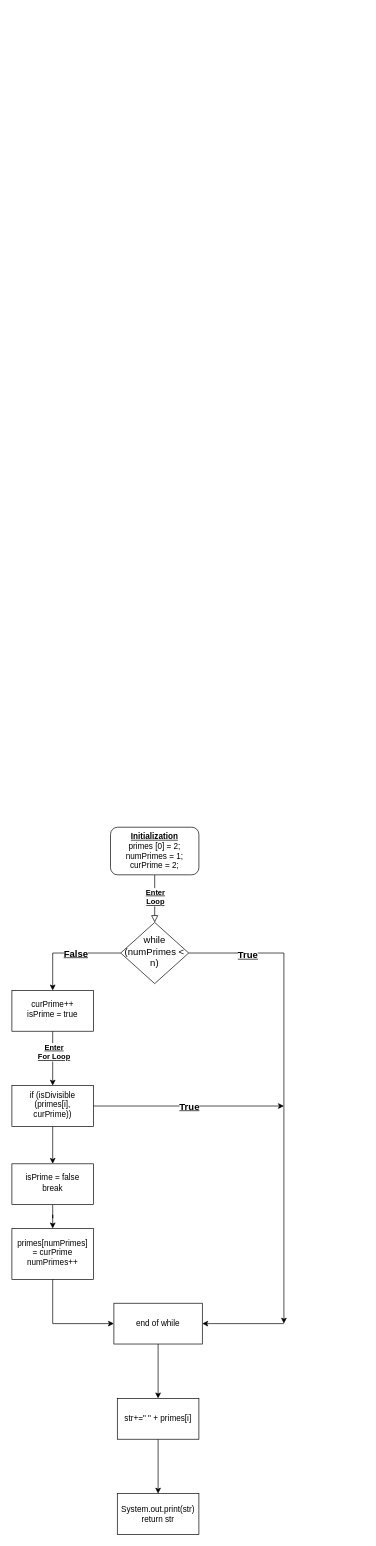
This is printPrimes.drawio from taelew2/taelew2, a draw.io file, before an edit. Source tidied: cells renumbered, new cells numbered last; positions are measured from the earlier drawing's top-left corner, leaving out a move shared by most shapes. Both pictures are drawn from the tidied source at 68%, with x=0, y=0 at pixel (12, 827).
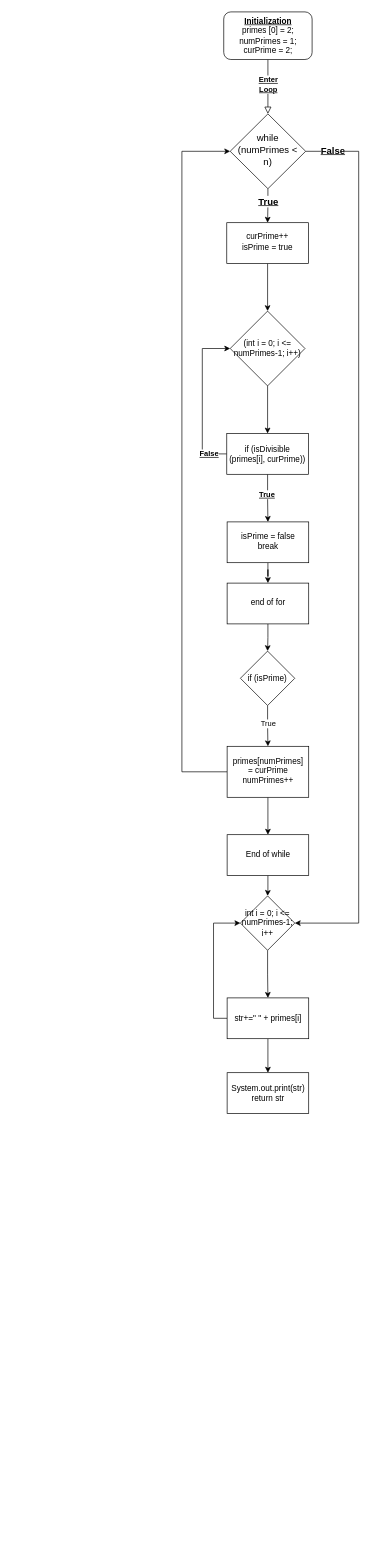
Above is the later version.

The edit, as a diff of the source:
```diff
@@
     <mxCell id="4" value="&lt;u&gt;&lt;b&gt;Initialization&lt;/b&gt;&lt;/u&gt;&lt;br&gt;primes [0] = 2;&lt;br&gt;numPrimes = 1;&lt;br&gt;curPrime  = 2;" style="rounded=1;whiteSpace=wrap;html=1;fontSize=12;glass=0;strokeWidth=1;shadow=0;" parent="1" vertex="1">
-      <mxGeometry x="145" width="130" height="70" as="geometry" />
+      <mxGeometry x="311.5" y="-1199" width="130" height="70" as="geometry" />
     </mxCell>
-    <mxCell id="5" style="edgeStyle=orthogonalEdgeStyle;rounded=0;jettySize=auto;html=1;" parent="1" edge="1" source="9" target="12">
+    <mxCell id="5" style="edgeStyle=orthogonalEdgeStyle;rounded=0;jettySize=auto;html=1;entryX=0.5;entryY=0;entryDx=0;entryDy=0;" parent="1" edge="1" source="9" target="12">
       <mxGeometry relative="1" as="geometry" />
     </mxCell>
+    <mxCell id="27" value="&lt;b&gt;&lt;u&gt;&lt;font style=&quot;font-size: 14px;&quot;&gt;True&lt;/font&gt;&lt;/u&gt;&lt;/b&gt;" style="edgeLabel;html=1;align=center;verticalAlign=middle;" parent="5" vertex="1">
+      <mxGeometry x="-0.29" relative="1" as="geometry" />
+    </mxCell>
+    <mxCell id="28" style="edgeStyle=orthogonalEdgeStyle;rounded=0;jettySize=auto;html=1;exitX=1;exitY=0.5;exitDx=0;exitDy=0;entryX=1;entryY=0.5;entryDx=0;entryDy=0;" parent="1" edge="1" source="9" target="45">
+      <mxGeometry relative="1" as="geometry">
+        <Array as="points">
+          <mxPoint x="510" y="-994" />
+          <mxPoint x="510" y="141" />
+        </Array>
+      </mxGeometry>
+    </mxCell>
-    <mxCell id="6" value="&lt;b&gt;&lt;u&gt;&lt;font style=&quot;font-size: 14px;&quot;&gt;False&lt;/font&gt;&lt;/u&gt;&lt;/b&gt;" style="edgeLabel;html=1;align=center;verticalAlign=middle;" parent="5" vertex="1">
-      <mxGeometry x="-0.14" relative="1" as="geometry" />
+    <mxCell id="6" value="&lt;b&gt;&lt;u&gt;&lt;font style=&quot;font-size: 14px;&quot;&gt;False&lt;/font&gt;&lt;/u&gt;&lt;/b&gt;" style="edgeLabel;html=1;align=center;verticalAlign=middle;" parent="28" vertex="1">
+      <mxGeometry x="-0.94" y="2" relative="1" as="geometry" />
     </mxCell>
-    <mxCell id="7" style="edgeStyle=orthogonalEdgeStyle;rounded=0;jettySize=auto;html=1;" parent="1" edge="1" source="9">
-      <mxGeometry relative="1" as="geometry">
-        <mxPoint x="400" y="730" as="targetPoint" />
-        <Array as="points">
-          <mxPoint x="400" y="185" />
-        </Array>
-      </mxGeometry>
-    </mxCell>
-    <mxCell id="8" value="&lt;u&gt;&lt;b&gt;&lt;font style=&quot;font-size: 14px;&quot;&gt;True&lt;/font&gt;&lt;/b&gt;&lt;/u&gt;" style="edgeLabel;html=1;align=center;verticalAlign=middle;" parent="7" vertex="1">
-      <mxGeometry x="-0.75" y="-2" relative="1" as="geometry" />
-    </mxCell>
     <mxCell id="9" value="&lt;font style=&quot;font-size: 14px;&quot;&gt;while (numPrimes &amp;lt; n)&lt;/font&gt;" style="rhombus;whiteSpace=wrap;html=1;shadow=0;fontFamily=Helvetica;fontSize=12;align=center;strokeWidth=1;spacing=6;spacingTop=-4;" parent="1" vertex="1">
-      <mxGeometry x="160" y="140" width="100" height="90" as="geometry" />
+      <mxGeometry x="321" y="-1049" width="111" height="110" as="geometry" />
     </mxCell>
-    <mxCell id="10" style="edgeStyle=orthogonalEdgeStyle;rounded=0;jettySize=auto;html=1;" parent="1" edge="1" source="12" target="14">
-      <mxGeometry relative="1" as="geometry" />
-    </mxCell>
-    <mxCell id="11" value="&lt;b&gt;&lt;u&gt;Enter&lt;/u&gt;&lt;/b&gt;&lt;div&gt;&lt;b&gt;&lt;u&gt;For Loop&lt;/u&gt;&lt;/b&gt;&lt;/div&gt;" style="edgeLabel;html=1;align=center;verticalAlign=middle;" parent="10" vertex="1">
-      <mxGeometry x="-0.25" y="1" relative="1" as="geometry" />
-    </mxCell>
+    <mxCell id="29" style="edgeStyle=orthogonalEdgeStyle;rounded=0;jettySize=auto;html=1;entryX=0.5;entryY=0;entryDx=0;entryDy=0;" parent="1" edge="1" source="12" target="35">
+      <mxGeometry relative="1" as="geometry" />
+    </mxCell>
     <mxCell id="12" value="curPrime++&lt;div&gt;isPrime = true&lt;/div&gt;" style="whiteSpace=wrap;html=1;shadow=0;strokeWidth=1;spacing=6;spacingTop=-4;" parent="1" vertex="1">
-      <mxGeometry y="240" width="120" height="60" as="geometry" />
+      <mxGeometry x="316" y="-889" width="120" height="60" as="geometry" />
     </mxCell>
-    <mxCell id="13" style="edgeStyle=orthogonalEdgeStyle;rounded=0;jettySize=auto;html=1;" parent="1" edge="1" source="14" target="16">
-      <mxGeometry relative="1" as="geometry" />
-    </mxCell>
-    <mxCell id="14" value="if (isDivisible (primes[i], curPrime))" style="whiteSpace=wrap;html=1;shadow=0;strokeWidth=1;spacing=6;spacingTop=-4;" parent="1" vertex="1">
-      <mxGeometry y="380" width="120" height="60" as="geometry" />
-    </mxCell>
-    <mxCell id="15" style="edgeStyle=orthogonalEdgeStyle;rounded=0;jettySize=auto;html=1;" parent="1" edge="1" source="16" target="19">
-      <mxGeometry relative="1" as="geometry" />
-    </mxCell>
+    <mxCell id="30" style="edgeStyle=orthogonalEdgeStyle;rounded=0;jettySize=auto;html=1;" parent="1" edge="1" source="16" target="40">
+      <mxGeometry relative="1" as="geometry" />
+    </mxCell>
     <mxCell id="16" value="isPrime = false&lt;div&gt;break&lt;/div&gt;" style="whiteSpace=wrap;html=1;shadow=0;strokeWidth=1;spacing=6;spacingTop=-4;" parent="1" vertex="1">
-      <mxGeometry y="495" width="120" height="60" as="geometry" />
+      <mxGeometry x="316.5" y="-449" width="120" height="60" as="geometry" />
     </mxCell>
-    <mxCell id="17" style="endArrow=classic;html=1;rounded=0;exitX=1;exitY=0.5;exitDx=0;exitDy=0;" parent="1" edge="1" source="14">
-      <mxGeometry relative="1" as="geometry">
-        <mxPoint x="400" y="410" as="targetPoint" />
-      </mxGeometry>
-    </mxCell>
-    <mxCell id="18" value="&lt;u&gt;&lt;b&gt;&lt;font style=&quot;font-size: 14px;&quot;&gt;True&lt;/font&gt;&lt;/b&gt;&lt;/u&gt;" style="edgeLabel;html=1;align=center;verticalAlign=middle;" parent="17" vertex="1">
-      <mxGeometry relative="1" as="geometry" />
-    </mxCell>
+    <mxCell id="31" style="edgeStyle=orthogonalEdgeStyle;rounded=0;jettySize=auto;html=1;entryX=0.5;entryY=0;entryDx=0;entryDy=0;" parent="1" edge="1" source="19" target="47">
+      <mxGeometry relative="1" as="geometry" />
+    </mxCell>
+    <mxCell id="32" style="edgeStyle=orthogonalEdgeStyle;rounded=0;jettySize=auto;html=1;entryX=0;entryY=0.5;entryDx=0;entryDy=0;exitX=0;exitY=0.5;exitDx=0;exitDy=0;" parent="1" edge="1" source="19" target="9">
+      <mxGeometry relative="1" as="geometry">
+        <Array as="points">
+          <mxPoint x="250" y="-81" />
+          <mxPoint x="250" y="-994" />
+        </Array>
+      </mxGeometry>
+    </mxCell>
     <mxCell id="19" value="primes[numPrimes] = curPrime&lt;div&gt;numPrimes++&lt;/div&gt;" style="whiteSpace=wrap;html=1;shadow=0;strokeWidth=1;spacing=6;spacingTop=-4;" parent="1" vertex="1">
-      <mxGeometry y="590" width="120" height="75" as="geometry" />
+      <mxGeometry x="316.5" y="-119" width="120" height="75" as="geometry" />
     </mxCell>
-    <mxCell id="20" style="endArrow=classic;html=1;rounded=0;exitX=0.5;exitY=1;exitDx=0;exitDy=0;" parent="1" edge="1" source="19" target="23">
-      <mxGeometry relative="1" as="geometry">
-        <Array as="points">
-          <mxPoint x="60" y="730" />
-        </Array>
-      </mxGeometry>
-    </mxCell>
-    <mxCell id="21" style="endArrow=classic;html=1;rounded=0;" parent="1" edge="1">
-      <mxGeometry relative="1" as="geometry">
-        <mxPoint x="400" y="730" as="sourcePoint" />
-        <mxPoint x="280" y="730" as="targetPoint" />
-      </mxGeometry>
-    </mxCell>
-    <mxCell id="22" style="edgeStyle=orthogonalEdgeStyle;rounded=0;jettySize=auto;html=1;" parent="1" edge="1" source="23" target="25">
-      <mxGeometry relative="1" as="geometry" />
-    </mxCell>
-    <mxCell id="23" value="end of while" style="rounded=0;whiteSpace=wrap;html=1;" parent="1" vertex="1">
-      <mxGeometry x="150" y="700" width="130" height="60" as="geometry" />
-    </mxCell>
+    <mxCell id="33" style="edgeStyle=orthogonalEdgeStyle;rounded=0;jettySize=auto;html=1;exitX=0;exitY=0.5;exitDx=0;exitDy=0;entryX=0;entryY=0.5;entryDx=0;entryDy=0;" parent="1" edge="1" source="25" target="45">
+      <mxGeometry relative="1" as="geometry" />
+    </mxCell>
-    <mxCell id="24" style="edgeStyle=orthogonalEdgeStyle;rounded=0;jettySize=auto;html=1;" parent="1" edge="1" source="25" target="26">
+    <mxCell id="24" style="edgeStyle=orthogonalEdgeStyle;rounded=0;jettySize=auto;html=1;entryX=0.5;entryY=0;entryDx=0;entryDy=0;" parent="1" edge="1" source="25" target="26">
       <mxGeometry relative="1" as="geometry" />
     </mxCell>
     <mxCell id="25" value="str+=&quot; &quot; + primes[i]" style="whiteSpace=wrap;html=1;rounded=0;" parent="1" vertex="1">
-      <mxGeometry x="155" y="840" width="120" height="60" as="geometry" />
+      <mxGeometry x="316.5" y="251" width="120" height="60" as="geometry" />
     </mxCell>
     <mxCell id="26" value="System.out.print(str)&lt;div&gt;return str&lt;/div&gt;" style="whiteSpace=wrap;html=1;rounded=0;" parent="1" vertex="1">
-      <mxGeometry x="155" y="980" width="120" height="60" as="geometry" />
+      <mxGeometry x="316.5" y="361" width="120" height="60" as="geometry" />
     </mxCell>
+    <mxCell id="34" style="edgeStyle=orthogonalEdgeStyle;rounded=0;jettySize=auto;html=1;entryX=0.5;entryY=0;entryDx=0;entryDy=0;" parent="1" edge="1" source="35" target="14">
+      <mxGeometry relative="1" as="geometry" />
+    </mxCell>
+    <mxCell id="35" value="(int i = 0; i &amp;lt;= numPrimes-1; i++)" style="rhombus;whiteSpace=wrap;html=1;" parent="1" vertex="1">
+      <mxGeometry x="321" y="-759" width="110" height="110" as="geometry" />
+    </mxCell>
+    <mxCell id="13" style="edgeStyle=orthogonalEdgeStyle;rounded=0;jettySize=auto;html=1;entryX=0.5;entryY=0;entryDx=0;entryDy=0;" parent="1" edge="1" source="14" target="16">
+      <mxGeometry relative="1" as="geometry" />
+    </mxCell>
+    <mxCell id="36" value="&lt;b&gt;&lt;u&gt;True&lt;/u&gt;&lt;/b&gt;" style="edgeLabel;html=1;align=center;verticalAlign=middle;" parent="13" vertex="1">
+      <mxGeometry x="-0.19" y="-2" relative="1" as="geometry" />
+    </mxCell>
+    <mxCell id="37" style="edgeStyle=orthogonalEdgeStyle;rounded=0;jettySize=auto;html=1;exitX=0;exitY=0.5;exitDx=0;exitDy=0;entryX=0;entryY=0.5;entryDx=0;entryDy=0;" parent="1" edge="1" source="14" target="35">
+      <mxGeometry relative="1" as="geometry">
+        <Array as="points">
+          <mxPoint x="280" y="-549" />
+          <mxPoint x="280" y="-704" />
+        </Array>
+      </mxGeometry>
+    </mxCell>
+    <mxCell id="38" value="&lt;b&gt;&lt;u&gt;False&lt;/u&gt;&lt;/b&gt;" style="edgeLabel;html=1;align=center;verticalAlign=middle;" parent="37" vertex="1">
+      <mxGeometry x="-0.77" y="-1" relative="1" as="geometry" />
+    </mxCell>
+    <mxCell id="14" value="if (isDivisible (primes[i], curPrime))" style="rounded=0;whiteSpace=wrap;html=1;" parent="1" vertex="1">
+      <mxGeometry x="316" y="-579" width="120" height="60" as="geometry" />
+    </mxCell>
+    <mxCell id="39" style="edgeStyle=orthogonalEdgeStyle;rounded=0;jettySize=auto;html=1;entryX=0.5;entryY=0;entryDx=0;entryDy=0;" parent="1" edge="1" source="40" target="43">
+      <mxGeometry relative="1" as="geometry" />
+    </mxCell>
+    <mxCell id="40" value="end of for" style="whiteSpace=wrap;html=1;shadow=0;strokeWidth=1;spacing=6;spacingTop=-4;" parent="1" vertex="1">
+      <mxGeometry x="316.5" y="-359" width="120" height="60" as="geometry" />
+    </mxCell>
+    <mxCell id="41" style="edgeStyle=orthogonalEdgeStyle;rounded=0;jettySize=auto;html=1;entryX=0.5;entryY=0;entryDx=0;entryDy=0;" parent="1" edge="1" source="43" target="19">
+      <mxGeometry relative="1" as="geometry" />
+    </mxCell>
+    <mxCell id="42" value="True" style="edgeLabel;html=1;align=center;verticalAlign=middle;" parent="41" vertex="1">
+      <mxGeometry x="-0.15" relative="1" as="geometry" />
+    </mxCell>
+    <mxCell id="43" value="if (isPrime)" style="rhombus;whiteSpace=wrap;html=1;" parent="1" vertex="1">
+      <mxGeometry x="336" y="-259" width="80" height="80" as="geometry" />
+    </mxCell>
+    <mxCell id="44" style="edgeStyle=orthogonalEdgeStyle;rounded=0;jettySize=auto;html=1;" parent="1" edge="1" source="45" target="25">
+      <mxGeometry relative="1" as="geometry" />
+    </mxCell>
+    <mxCell id="45" value="int i = 0; i &amp;lt;= numPrimes-1; i++" style="rhombus;whiteSpace=wrap;html=1;" parent="1" vertex="1">
+      <mxGeometry x="336" y="101" width="80" height="80" as="geometry" />
+    </mxCell>
+    <mxCell id="46" style="edgeStyle=orthogonalEdgeStyle;rounded=0;jettySize=auto;html=1;entryX=0.5;entryY=0;entryDx=0;entryDy=0;" parent="1" edge="1" source="47" target="45">
+      <mxGeometry relative="1" as="geometry" />
+    </mxCell>
+    <mxCell id="47" value="End of while" style="rounded=0;whiteSpace=wrap;html=1;" parent="1" vertex="1">
+      <mxGeometry x="316.5" y="11" width="120" height="60" as="geometry" />
+    </mxCell>
```
